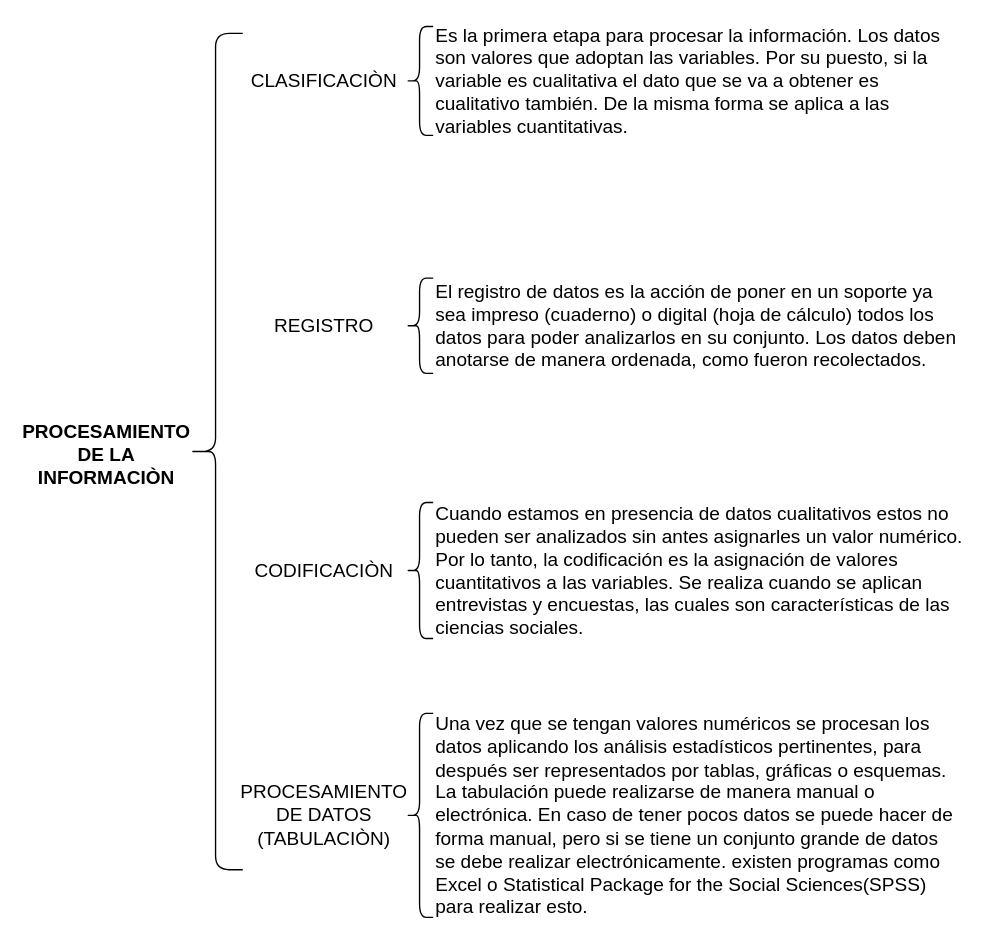
Earlier version of the draw.io diagram cuadro sinoptico procesamiento de la información.drawio (armando013005/diagrams). Source tidied: cells renumbered, new cells numbered last; positions are measured from the earlier drawing's top-left corner, leaving out a move shared by most shapes. Both pictures are drawn from the tidied source at 136%, with x=0, y=0 at pixel (24, 26).
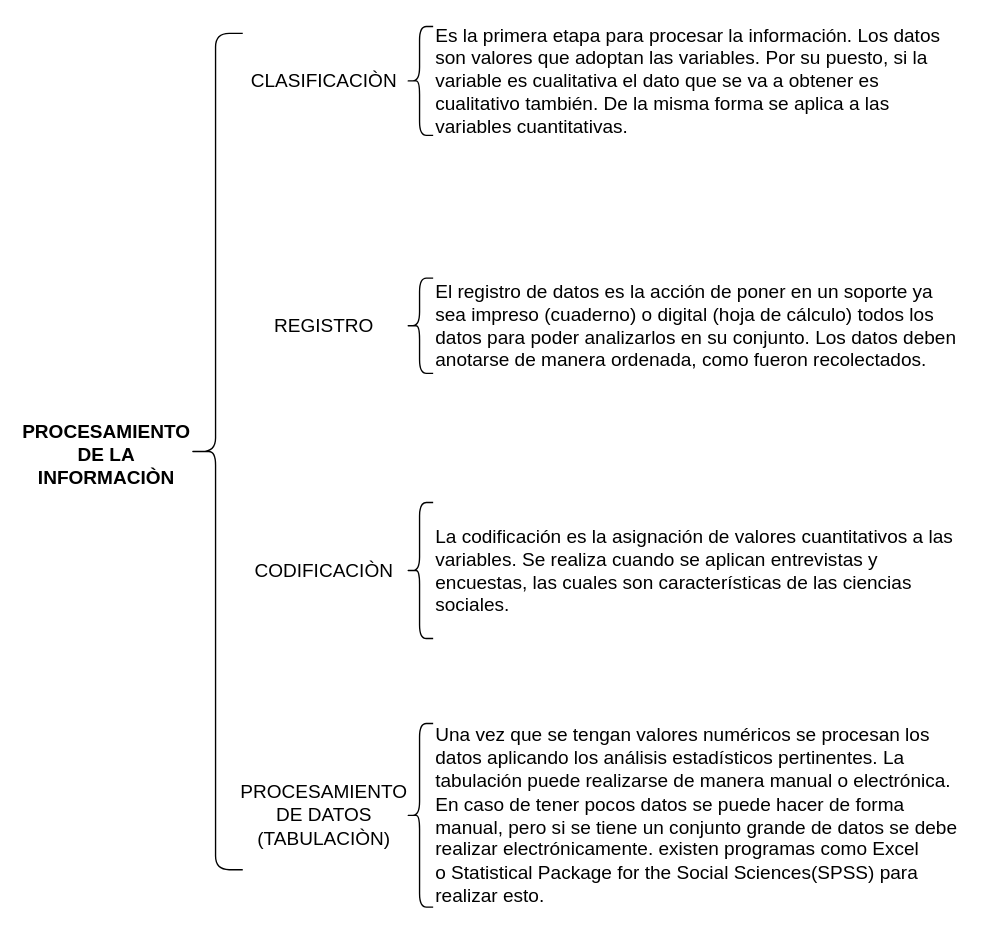
Above is the later version.

The edit, as a diff of the source:
```diff
@@
 <mxGraphModel>
   <root>
     <mxCell id="0" />
     <mxCell id="1" parent="0" />
     <mxCell id="2" value="&lt;font style=&quot;font-size: 14px&quot;&gt;&lt;b&gt;PROCESAMIENTO DE LA INFORMACIÒN&lt;/b&gt;&lt;/font&gt;" style="rounded=0;whiteSpace=wrap;html=1;fillColor=none;strokeColor=none;align=center;" parent="1" vertex="1">
       <mxGeometry y="280" width="120" height="70" as="geometry" />
     </mxCell>
     <mxCell id="3" style="shape=curlyBracket;whiteSpace=wrap;html=1;rounded=1;" parent="1" vertex="1">
       <mxGeometry x="120" y="5" width="40" height="615" as="geometry" />
     </mxCell>
     <mxCell id="4" value="&lt;font style=&quot;font-size: 14px&quot;&gt;CLASIFICACIÒN&lt;/font&gt;" style="rounded=0;whiteSpace=wrap;html=1;fillColor=none;strokeColor=none;" parent="1" vertex="1">
       <mxGeometry x="160" y="10" width="120" height="60" as="geometry" />
     </mxCell>
     <mxCell id="5" value="&lt;font style=&quot;font-size: 14px&quot;&gt;REGISTRO&lt;/font&gt;" style="rounded=0;whiteSpace=wrap;html=1;fillColor=none;strokeColor=none;" parent="1" vertex="1">
       <mxGeometry x="160" y="190" width="120" height="60" as="geometry" />
     </mxCell>
     <mxCell id="6" value="&lt;font style=&quot;font-size: 14px&quot;&gt;CODIFICACIÒN&lt;/font&gt;" style="rounded=0;whiteSpace=wrap;html=1;strokeColor=none;fillColor=none;" parent="1" vertex="1">
       <mxGeometry x="160" y="370" width="120" height="60" as="geometry" />
     </mxCell>
     <mxCell id="7" value="&lt;font style=&quot;font-size: 14px&quot;&gt;PROCESAMIENTO DE DATOS (TABULACIÒN)&lt;/font&gt;" style="rounded=0;whiteSpace=wrap;html=1;strokeColor=none;fillColor=none;" parent="1" vertex="1">
       <mxGeometry x="160" y="550" width="120" height="60" as="geometry" />
     </mxCell>
     <mxCell id="8" style="shape=curlyBracket;whiteSpace=wrap;html=1;rounded=1;" parent="1" vertex="1">
       <mxGeometry x="280" width="20" height="80" as="geometry" />
     </mxCell>
     <mxCell id="9" style="shape=curlyBracket;whiteSpace=wrap;html=1;rounded=1;size=0.5;" parent="1" vertex="1">
       <mxGeometry x="280" y="185" width="20" height="70" as="geometry" />
     </mxCell>
     <mxCell id="10" style="shape=curlyBracket;whiteSpace=wrap;html=1;rounded=1;" parent="1" vertex="1">
       <mxGeometry x="280" y="350" width="20" height="100" as="geometry" />
     </mxCell>
     <mxCell id="11" style="shape=curlyBracket;whiteSpace=wrap;html=1;rounded=1;" parent="1" vertex="1">
-      <mxGeometry x="280" y="505" width="20" height="150" as="geometry" />
+      <mxGeometry x="280" y="512.5" width="20" height="135" as="geometry" />
     </mxCell>
     <mxCell id="12" value="&lt;font style=&quot;font-size: 14px&quot;&gt;Es la primera etapa para procesar la información. Los datos son valores que adoptan las variables. Por su puesto, si la variable es cualitativa el dato que se va a obtener es cualitativo también. De la misma forma se aplica a las variables cuantitativas.&amp;nbsp;&lt;/font&gt;" style="rounded=0;whiteSpace=wrap;html=1;align=left;fillColor=none;strokeColor=none;" parent="1" vertex="1">
       <mxGeometry x="300" width="390" height="80" as="geometry" />
     </mxCell>
     <mxCell id="13" value="&lt;font style=&quot;font-size: 14px&quot;&gt;El registro de datos es la acción de poner en un soporte ya sea impreso (cuaderno) o digital (hoja de cálculo) todos los datos para poder analizarlos en su conjunto. Los datos deben anotarse de manera ordenada, como fueron recolectados.&lt;/font&gt;" style="rounded=0;whiteSpace=wrap;html=1;align=left;fillColor=none;strokeColor=none;" parent="1" vertex="1">
       <mxGeometry x="300" y="185" width="390" height="70" as="geometry" />
     </mxCell>
-    <mxCell id="14" value="&lt;font style=&quot;font-size: 14px&quot;&gt;Cuando estamos en presencia de datos cualitativos estos no pueden ser analizados sin antes asignarles un valor numérico. Por lo tanto, la codificación es la asignación de valores cuantitativos a las variables. Se realiza cuando se aplican entrevistas y encuestas, las cuales son características de las ciencias sociales.&lt;br&gt;&lt;/font&gt;" style="rounded=0;whiteSpace=wrap;html=1;align=left;fillColor=none;strokeColor=none;" parent="1" vertex="1">
-      <mxGeometry x="300" y="355" width="390" height="90" as="geometry" />
+    <mxCell id="14" value="&lt;font style=&quot;font-size: 14px&quot;&gt;La codificación es la asignación de valores cuantitativos a las variables. Se realiza cuando se aplican entrevistas y encuestas, las cuales son características de las ciencias sociales.&lt;br&gt;&lt;/font&gt;" style="rounded=0;whiteSpace=wrap;html=1;align=left;fillColor=none;strokeColor=none;" parent="1" vertex="1">
+      <mxGeometry x="300" y="367.5" width="390" height="65" as="geometry" />
     </mxCell>
-    <mxCell id="15" value="&lt;font style=&quot;font-size: 14px&quot;&gt;Una vez que se tengan valores numéricos se procesan los datos aplicando los análisis estadísticos pertinentes, para después ser representados por tablas, gráficas o esquemas. La tabulación puede realizarse de manera manual o electrónica. En caso de tener pocos datos se puede hacer de forma manual, pero si se tiene un conjunto grande de datos se debe realizar electrónicamente. existen programas como Excel o&amp;nbsp;Statistical Package for the Social Sciences(SPSS) para realizar esto.&lt;/font&gt;" style="rounded=0;whiteSpace=wrap;html=1;align=left;strokeColor=none;fillColor=none;" parent="1" vertex="1">
+    <mxCell id="15" value="&lt;font style=&quot;font-size: 14px&quot;&gt;Una vez que se tengan valores numéricos se procesan los datos aplicando los análisis estadísticos pertinentes. La tabulación puede realizarse de manera manual o electrónica. En caso de tener pocos datos se puede hacer de forma manual, pero si se tiene un conjunto grande de datos se debe realizar electrónicamente. existen programas como Excel o&amp;nbsp;Statistical Package for the Social Sciences(SPSS) para realizar esto.&lt;/font&gt;" style="rounded=0;whiteSpace=wrap;html=1;align=left;strokeColor=none;fillColor=none;" parent="1" vertex="1">
       <mxGeometry x="300" y="525" width="390" height="110" as="geometry" />
     </mxCell>
   </root>
 </mxGraphModel>
```
